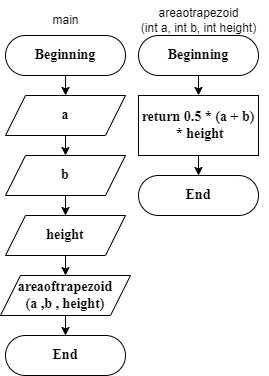
FearlessAtom/Lab16 keeps this draw.io diagram as flowchart.png. Above is the earlier version. Source tidied: cells renumbered, new cells last; positions are measured from the earlier drawing's top-left corner, leaving out a move shared by most shapes. Its diagram source:
```xml
<mxGraphModel>
  <root>
    <mxCell id="0" />
    <mxCell id="1" parent="0" />
    <mxCell id="2" style="edgeStyle=orthogonalEdgeStyle;rounded=0;jettySize=auto;html=1;" parent="1" edge="1" source="3">
      <mxGeometry relative="1" as="geometry">
        <mxPoint x="65" y="95" as="targetPoint" />
      </mxGeometry>
    </mxCell>
    <mxCell id="3" value="Beginning" style="rounded=1;whiteSpace=wrap;html=1;fontSize=14;glass=0;strokeWidth=1;shadow=0;arcSize=50;fontStyle=1;fontFamily=Times New Roman;" parent="1" vertex="1">
      <mxGeometry x="5" y="35" width="120" height="40" as="geometry" />
    </mxCell>
    <mxCell id="4" value="main" style="text;html=1;align=center;verticalAlign=middle;strokeColor=none;fillColor=none;" parent="1" vertex="1">
      <mxGeometry x="40" y="5" width="50" height="30" as="geometry" />
    </mxCell>
    <mxCell id="5" style="edgeStyle=orthogonalEdgeStyle;rounded=0;jettySize=auto;html=1;exitX=0.5;exitY=1;exitDx=0;exitDy=0;entryX=0.5;entryY=0;entryDx=0;entryDy=0;" parent="1" edge="1" source="6" target="8">
      <mxGeometry relative="1" as="geometry" />
    </mxCell>
    <mxCell id="6" value="a" style="shape=parallelogram;perimeter=parallelogramPerimeter;whiteSpace=wrap;html=1;fixedSize=1;fontStyle=1;fontFamily=Times New Roman;fontSize=14;" parent="1" vertex="1">
      <mxGeometry x="5" y="95" width="120" height="40" as="geometry" />
    </mxCell>
    <mxCell id="7" style="edgeStyle=orthogonalEdgeStyle;rounded=0;jettySize=auto;html=1;exitX=0.5;exitY=1;exitDx=0;exitDy=0;entryX=0.5;entryY=0;entryDx=0;entryDy=0;" parent="1" edge="1" source="8" target="10">
      <mxGeometry relative="1" as="geometry" />
    </mxCell>
    <mxCell id="8" value="b" style="shape=parallelogram;perimeter=parallelogramPerimeter;whiteSpace=wrap;html=1;fixedSize=1;fontStyle=1;fontFamily=Times New Roman;fontSize=14;" parent="1" vertex="1">
      <mxGeometry x="5" y="155" width="120" height="40" as="geometry" />
    </mxCell>
    <mxCell id="9" style="edgeStyle=orthogonalEdgeStyle;rounded=0;jettySize=auto;html=1;" parent="1" edge="1" source="10">
      <mxGeometry relative="1" as="geometry">
        <mxPoint x="65" y="275" as="targetPoint" />
      </mxGeometry>
    </mxCell>
    <mxCell id="10" value="height" style="shape=parallelogram;perimeter=parallelogramPerimeter;whiteSpace=wrap;html=1;fixedSize=1;fontStyle=1;fontFamily=Times New Roman;fontSize=14;" parent="1" vertex="1">
      <mxGeometry x="5" y="215" width="120" height="40" as="geometry" />
    </mxCell>
    <mxCell id="11" style="edgeStyle=orthogonalEdgeStyle;rounded=0;jettySize=auto;html=1;" parent="1" edge="1" source="12">
      <mxGeometry relative="1" as="geometry">
        <mxPoint x="198" y="95" as="targetPoint" />
      </mxGeometry>
    </mxCell>
    <mxCell id="12" value="Beginning" style="rounded=1;whiteSpace=wrap;html=1;fontSize=14;glass=0;strokeWidth=1;shadow=0;arcSize=50;fontStyle=1;fontFamily=Times New Roman;" parent="1" vertex="1">
      <mxGeometry x="138" y="35" width="120" height="40" as="geometry" />
    </mxCell>
    <mxCell id="13" style="edgeStyle=orthogonalEdgeStyle;rounded=0;jettySize=auto;html=1;exitX=0.5;exitY=1;exitDx=0;exitDy=0;entryX=0.5;entryY=0;entryDx=0;entryDy=0;" parent="1" edge="1" source="14" target="18">
      <mxGeometry relative="1" as="geometry" />
    </mxCell>
    <mxCell id="14" value="areaoftrapezoid&lt;br&gt;(a ,b , height)" style="shape=parallelogram;perimeter=parallelogramPerimeter;whiteSpace=wrap;html=1;fixedSize=1;fontStyle=1;fontFamily=Times New Roman;fontSize=14;" parent="1" vertex="1">
      <mxGeometry y="275" width="130" height="40" as="geometry" />
    </mxCell>
    <mxCell id="15" value="areaotrapezoid&lt;br&gt;(int a, int b, int height)" style="text;html=1;align=center;verticalAlign=middle;strokeColor=none;fillColor=none;" parent="1" vertex="1">
      <mxGeometry x="128" width="140" height="40" as="geometry" />
    </mxCell>
    <mxCell id="16" style="edgeStyle=orthogonalEdgeStyle;rounded=0;jettySize=auto;html=1;exitX=0.5;exitY=1;exitDx=0;exitDy=0;entryX=0.5;entryY=0;entryDx=0;entryDy=0;" parent="1" edge="1" source="17" target="19">
      <mxGeometry relative="1" as="geometry" />
    </mxCell>
    <mxCell id="17" value="return 0.5 * (a + b)&lt;br style=&quot;font-size: 14px;&quot;&gt;&amp;nbsp;* height" style="rounded=0;whiteSpace=wrap;html=1;fontStyle=1;fontFamily=Times New Roman;fontSize=14;" parent="1" vertex="1">
      <mxGeometry x="138" y="95" width="120" height="60" as="geometry" />
    </mxCell>
    <mxCell id="18" value="End" style="rounded=1;whiteSpace=wrap;html=1;fontSize=14;glass=0;strokeWidth=1;shadow=0;arcSize=50;fontStyle=1;fontFamily=Times New Roman;" parent="1" vertex="1">
      <mxGeometry x="5" y="335" width="120" height="40" as="geometry" />
    </mxCell>
    <mxCell id="19" value="End" style="rounded=1;whiteSpace=wrap;html=1;fontSize=14;glass=0;strokeWidth=1;shadow=0;arcSize=50;fontStyle=1;fontFamily=Times New Roman;" parent="1" vertex="1">
      <mxGeometry x="138" y="175" width="120" height="40" as="geometry" />
    </mxCell>
  </root>
</mxGraphModel>
```
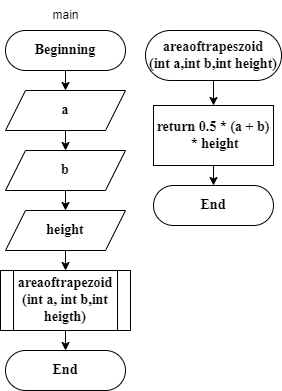
After the commit.

Change to the diagram source:
```diff
@@ -25,42 +25,39 @@
     <mxCell id="8" value="b" style="shape=parallelogram;perimeter=parallelogramPerimeter;whiteSpace=wrap;html=1;fixedSize=1;fontStyle=1;fontFamily=Times New Roman;fontSize=14;" parent="1" vertex="1">
       <mxGeometry x="5" y="155" width="120" height="40" as="geometry" />
     </mxCell>
-    <mxCell id="9" style="edgeStyle=orthogonalEdgeStyle;rounded=0;jettySize=auto;html=1;" parent="1" edge="1" source="10">
-      <mxGeometry relative="1" as="geometry">
-        <mxPoint x="65" y="275" as="targetPoint" />
-      </mxGeometry>
-    </mxCell>
+    <mxCell id="20" style="edgeStyle=orthogonalEdgeStyle;rounded=0;jettySize=auto;html=1;" parent="1" edge="1" source="10">
+      <mxGeometry relative="1" as="geometry">
+        <mxPoint x="65" y="275" as="targetPoint" />
+      </mxGeometry>
+    </mxCell>
     <mxCell id="10" value="height" style="shape=parallelogram;perimeter=parallelogramPerimeter;whiteSpace=wrap;html=1;fixedSize=1;fontStyle=1;fontFamily=Times New Roman;fontSize=14;" parent="1" vertex="1">
       <mxGeometry x="5" y="215" width="120" height="40" as="geometry" />
     </mxCell>
     <mxCell id="11" style="edgeStyle=orthogonalEdgeStyle;rounded=0;jettySize=auto;html=1;" parent="1" edge="1" source="12">
       <mxGeometry relative="1" as="geometry">
-        <mxPoint x="198" y="95" as="targetPoint" />
+        <mxPoint x="213" y="110" as="targetPoint" />
       </mxGeometry>
     </mxCell>
-    <mxCell id="12" value="Beginning" style="rounded=1;whiteSpace=wrap;html=1;fontSize=14;glass=0;strokeWidth=1;shadow=0;arcSize=50;fontStyle=1;fontFamily=Times New Roman;" parent="1" vertex="1">
-      <mxGeometry x="138" y="35" width="120" height="40" as="geometry" />
+    <mxCell id="12" value="areaoftrapeszoid&lt;br&gt;(int a,int b,int height)" style="rounded=1;whiteSpace=wrap;html=1;fontSize=14;glass=0;strokeWidth=1;shadow=0;arcSize=50;fontStyle=1;fontFamily=Times New Roman;" parent="1" vertex="1">
+      <mxGeometry x="145" y="35" width="136" height="50" as="geometry" />
     </mxCell>
-    <mxCell id="13" style="edgeStyle=orthogonalEdgeStyle;rounded=0;jettySize=auto;html=1;exitX=0.5;exitY=1;exitDx=0;exitDy=0;entryX=0.5;entryY=0;entryDx=0;entryDy=0;" parent="1" edge="1" source="14" target="18">
-      <mxGeometry relative="1" as="geometry" />
-    </mxCell>
-    <mxCell id="14" value="areaoftrapezoid&lt;br&gt;(a ,b , height)" style="shape=parallelogram;perimeter=parallelogramPerimeter;whiteSpace=wrap;html=1;fixedSize=1;fontStyle=1;fontFamily=Times New Roman;fontSize=14;" parent="1" vertex="1">
-      <mxGeometry y="275" width="130" height="40" as="geometry" />
-    </mxCell>
-    <mxCell id="15" value="areaotrapezoid&lt;br&gt;(int a, int b, int height)" style="text;html=1;align=center;verticalAlign=middle;strokeColor=none;fillColor=none;" parent="1" vertex="1">
-      <mxGeometry x="128" width="140" height="40" as="geometry" />
-    </mxCell>
     <mxCell id="16" style="edgeStyle=orthogonalEdgeStyle;rounded=0;jettySize=auto;html=1;exitX=0.5;exitY=1;exitDx=0;exitDy=0;entryX=0.5;entryY=0;entryDx=0;entryDy=0;" parent="1" edge="1" source="17" target="19">
       <mxGeometry relative="1" as="geometry" />
     </mxCell>
     <mxCell id="17" value="return 0.5 * (a + b)&lt;br style=&quot;font-size: 14px;&quot;&gt;&amp;nbsp;* height" style="rounded=0;whiteSpace=wrap;html=1;fontStyle=1;fontFamily=Times New Roman;fontSize=14;" parent="1" vertex="1">
-      <mxGeometry x="138" y="95" width="120" height="60" as="geometry" />
+      <mxGeometry x="153" y="110" width="120" height="60" as="geometry" />
     </mxCell>
     <mxCell id="18" value="End" style="rounded=1;whiteSpace=wrap;html=1;fontSize=14;glass=0;strokeWidth=1;shadow=0;arcSize=50;fontStyle=1;fontFamily=Times New Roman;" parent="1" vertex="1">
-      <mxGeometry x="5" y="335" width="120" height="40" as="geometry" />
+      <mxGeometry x="5" y="355" width="120" height="40" as="geometry" />
     </mxCell>
     <mxCell id="19" value="End" style="rounded=1;whiteSpace=wrap;html=1;fontSize=14;glass=0;strokeWidth=1;shadow=0;arcSize=50;fontStyle=1;fontFamily=Times New Roman;" parent="1" vertex="1">
-      <mxGeometry x="138" y="175" width="120" height="40" as="geometry" />
+      <mxGeometry x="153" y="190" width="120" height="40" as="geometry" />
     </mxCell>
+    <mxCell id="21" style="edgeStyle=orthogonalEdgeStyle;rounded=0;jettySize=auto;html=1;exitX=0.5;exitY=1;exitDx=0;exitDy=0;entryX=0.5;entryY=0;entryDx=0;entryDy=0;" parent="1" edge="1" source="22" target="18">
+      <mxGeometry relative="1" as="geometry" />
+    </mxCell>
+    <mxCell id="22" value="areaoftrapezoid&lt;br style=&quot;font-size: 14px;&quot;&gt;(int a, int b,int heigth)" style="shape=process;whiteSpace=wrap;html=1;backgroundOutline=1;fontStyle=1;fontFamily=Times New Roman;fontSize=14;" parent="1" vertex="1">
+      <mxGeometry y="275" width="130" height="60" as="geometry" />
+    </mxCell>
   </root>
 </mxGraphModel>
```
